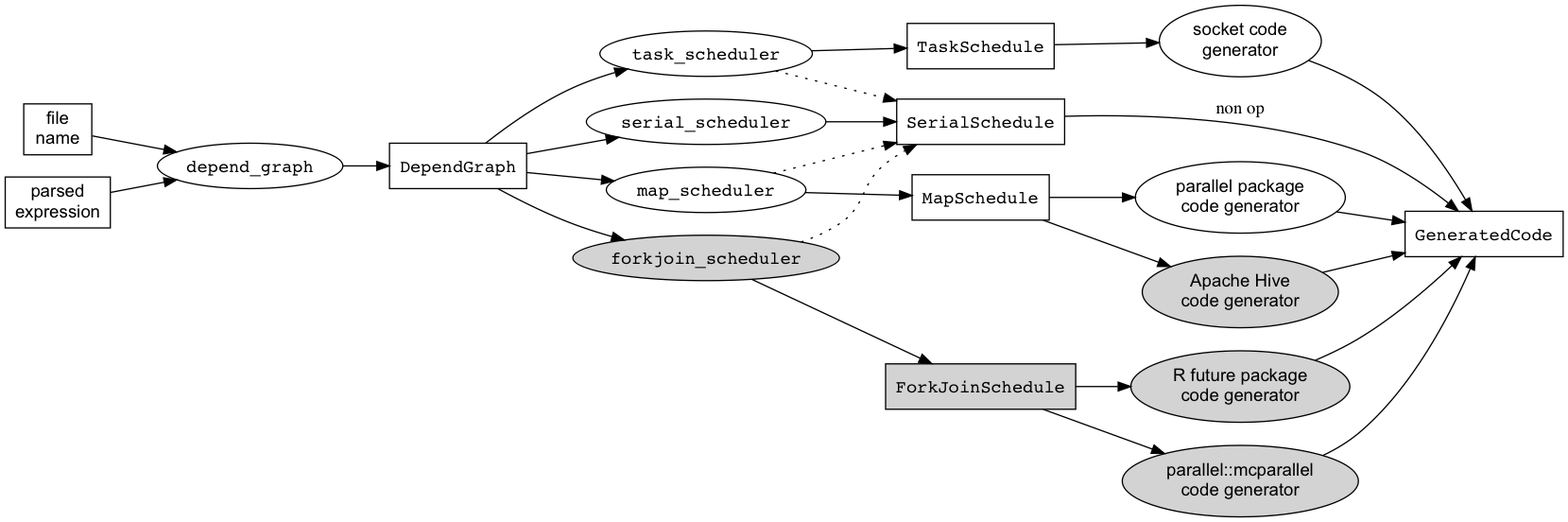
This is vignettes/extensible.png from clarkfitzg/makeParallel, a Graphviz export, as it was before one commit. Its source is kept beside it as vignettes/extensible.dot.
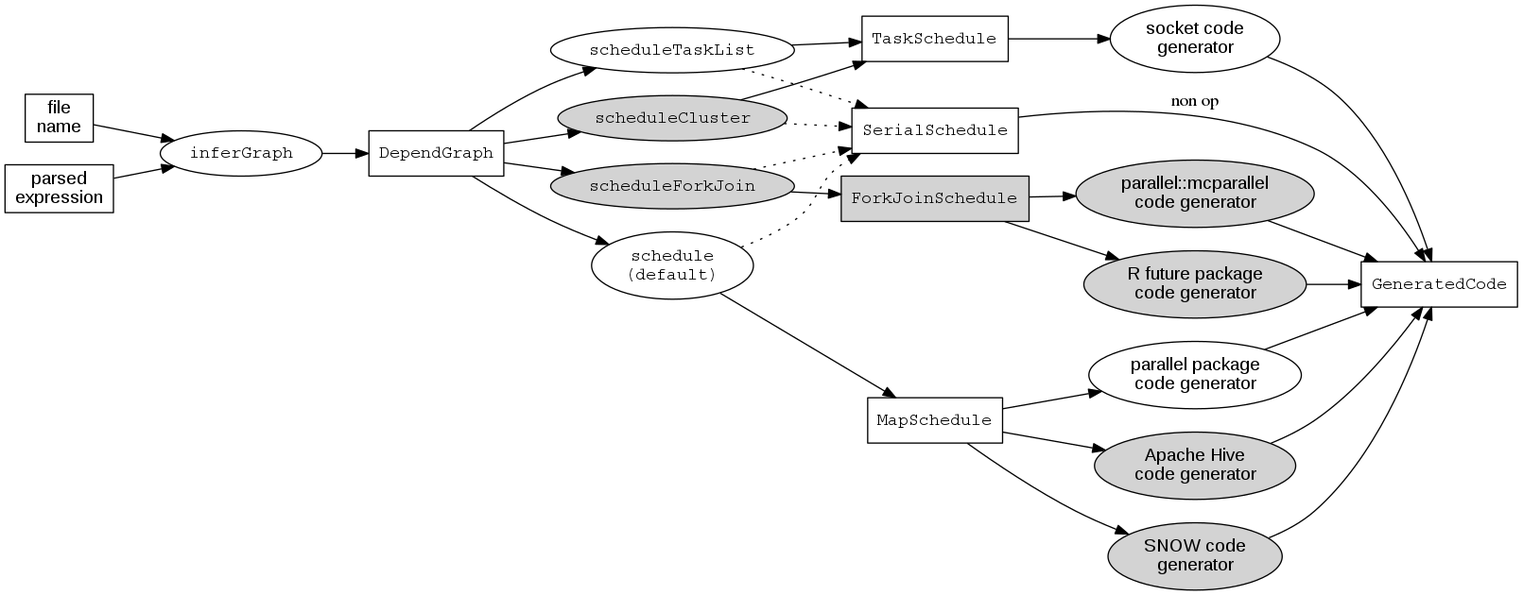
Above is the later version.

Commit message:
make extensible diagram follow package

Change to the diagram source:
```diff
@@ -19,47 +19,50 @@
 parallel_package_code_generator [label = "parallel package\ncode generator"];
 
 node [shape = "oval", fontname = "courier"];
-depend_graph;
-serial_scheduler;
-task_scheduler;
-map_scheduler;
-serial_scheduler;
+inferGraph;
+scheduleTaskList;
+map_scheduler [label = "schedule\n(default)"];
 
 node [style = "filled", shape = "oval", fontname = "courier"];
-forkjoin_scheduler;
+scheduleForkJoin;
+scheduleCluster;
 ForkJoinSchedule [shape = "rectangle"];
 
 node [fontname = "arial"];
 hive_code_generator [label = "Apache Hive\ncode generator"];
+snow_code_generator [label = "SNOW code\ngenerator"];
 future_code_generator [label = "R future package\ncode generator"];
 mcparallel_code_generator [label = "parallel::mcparallel\ncode generator"];
 
 
-file_name -> depend_graph;
-parsed_expression -> depend_graph;
-depend_graph -> DependGraph;
-DependGraph -> task_scheduler;
+file_name -> inferGraph;
+parsed_expression -> inferGraph;
+inferGraph -> DependGraph;
+DependGraph -> scheduleTaskList;
 DependGraph -> map_scheduler;
-DependGraph -> serial_scheduler;
-DependGraph -> forkjoin_scheduler;
-task_scheduler -> TaskSchedule;
-serial_scheduler -> SerialSchedule;
+DependGraph -> scheduleForkJoin;
+DependGraph -> scheduleCluster
+scheduleTaskList -> TaskSchedule;
+scheduleCluster -> TaskSchedule;
 map_scheduler -> MapSchedule;
 SerialSchedule -> GeneratedCode [label = "non op"];
 TaskSchedule -> socket_code_generator;
 MapSchedule -> parallel_package_code_generator;
 MapSchedule -> hive_code_generator;
+MapSchedule -> snow_code_generator;
 hive_code_generator -> GeneratedCode;
+snow_code_generator -> GeneratedCode;
 socket_code_generator -> GeneratedCode;
 parallel_package_code_generator -> GeneratedCode;
-forkjoin_scheduler -> ForkJoinSchedule;
+scheduleForkJoin -> ForkJoinSchedule;
 ForkJoinSchedule -> future_code_generator;
 ForkJoinSchedule -> mcparallel_code_generator;
 future_code_generator -> GeneratedCode;
 mcparallel_code_generator -> GeneratedCode;
 
 edge [style = "dotted"];
-task_scheduler -> SerialSchedule;
+scheduleTaskList -> SerialSchedule;
 map_scheduler -> SerialSchedule;
-forkjoin_scheduler -> SerialSchedule;
+scheduleForkJoin -> SerialSchedule;
+scheduleCluster -> SerialSchedule;
 }
```
